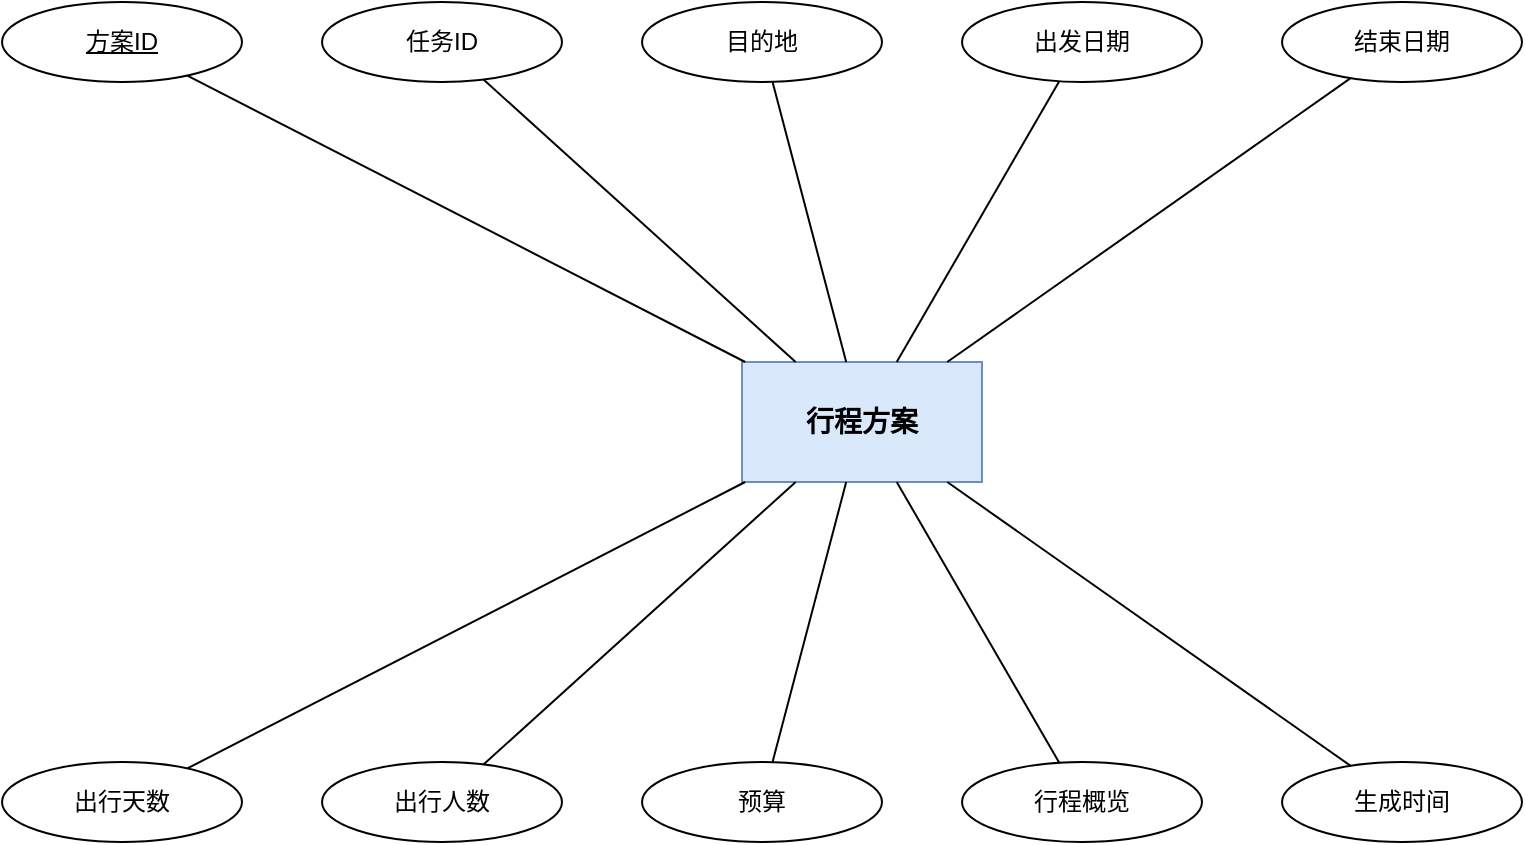
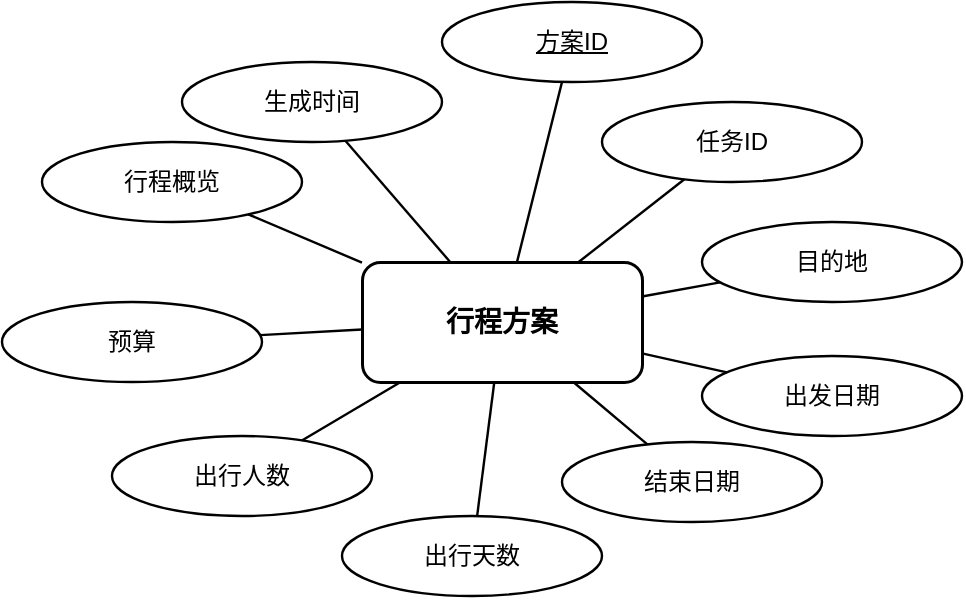
- <mxfile host="app.diagrams.net" type="device">
+ <mxfile host="Electron">
  <diagram name="行程方案实体属性图" id="entItin">
-     <mxGraphModel dx="900" dy="550" grid="1" gridSize="10" guides="1" tooltips="1" connect="1" arrows="1" fold="1" page="1" pageScale="1" pageWidth="900" pageHeight="500" math="0" shadow="0">
+     <mxGraphModel dx="934" dy="662" grid="1" gridSize="10" guides="1" tooltips="1" connect="1" arrows="1" fold="1" page="1" pageScale="1" pageWidth="1100" pageHeight="740" math="0" shadow="0">
      <root>
-         <mxCell id="0"/>
-         <mxCell id="1" parent="0"/>
-         <mxCell id="ent" value="行程方案" style="rounded=0;whiteSpace=wrap;html=1;fontSize=14;fontStyle=1;fillColor=#dae8fc;strokeColor=#6c8ebf;" vertex="1" parent="1"><mxGeometry x="390" y="220" width="120" height="60" as="geometry"/></mxCell>
-         <mxCell id="a1" value="&lt;u&gt;方案ID&lt;/u&gt;" style="ellipse;whiteSpace=wrap;html=1;fontSize=12;" vertex="1" parent="1"><mxGeometry x="20" y="40" width="120" height="40" as="geometry"/></mxCell>
-         <mxCell id="a2" value="任务ID" style="ellipse;whiteSpace=wrap;html=1;fontSize=12;" vertex="1" parent="1"><mxGeometry x="180" y="40" width="120" height="40" as="geometry"/></mxCell>
-         <mxCell id="a3" value="目的地" style="ellipse;whiteSpace=wrap;html=1;fontSize=12;" vertex="1" parent="1"><mxGeometry x="340" y="40" width="120" height="40" as="geometry"/></mxCell>
-         <mxCell id="a4" value="出发日期" style="ellipse;whiteSpace=wrap;html=1;fontSize=12;" vertex="1" parent="1"><mxGeometry x="500" y="40" width="120" height="40" as="geometry"/></mxCell>
-         <mxCell id="a5" value="结束日期" style="ellipse;whiteSpace=wrap;html=1;fontSize=12;" vertex="1" parent="1"><mxGeometry x="660" y="40" width="120" height="40" as="geometry"/></mxCell>
-         <mxCell id="a6" value="出行天数" style="ellipse;whiteSpace=wrap;html=1;fontSize=12;" vertex="1" parent="1"><mxGeometry x="20" y="420" width="120" height="40" as="geometry"/></mxCell>
-         <mxCell id="a7" value="出行人数" style="ellipse;whiteSpace=wrap;html=1;fontSize=12;" vertex="1" parent="1"><mxGeometry x="180" y="420" width="120" height="40" as="geometry"/></mxCell>
-         <mxCell id="a8" value="预算" style="ellipse;whiteSpace=wrap;html=1;fontSize=12;" vertex="1" parent="1"><mxGeometry x="340" y="420" width="120" height="40" as="geometry"/></mxCell>
-         <mxCell id="a9" value="行程概览" style="ellipse;whiteSpace=wrap;html=1;fontSize=12;" vertex="1" parent="1"><mxGeometry x="500" y="420" width="120" height="40" as="geometry"/></mxCell>
-         <mxCell id="a10" value="生成时间" style="ellipse;whiteSpace=wrap;html=1;fontSize=12;" vertex="1" parent="1"><mxGeometry x="660" y="420" width="120" height="40" as="geometry"/></mxCell>
-         <mxCell id="e1" style="endArrow=none;html=1;" edge="1" parent="1" source="ent" target="a1"><mxGeometry relative="1" as="geometry"/></mxCell>
-         <mxCell id="e2" style="endArrow=none;html=1;" edge="1" parent="1" source="ent" target="a2"><mxGeometry relative="1" as="geometry"/></mxCell>
-         <mxCell id="e3" style="endArrow=none;html=1;" edge="1" parent="1" source="ent" target="a3"><mxGeometry relative="1" as="geometry"/></mxCell>
-         <mxCell id="e4" style="endArrow=none;html=1;" edge="1" parent="1" source="ent" target="a4"><mxGeometry relative="1" as="geometry"/></mxCell>
-         <mxCell id="e5" style="endArrow=none;html=1;" edge="1" parent="1" source="ent" target="a5"><mxGeometry relative="1" as="geometry"/></mxCell>
-         <mxCell id="e6" style="endArrow=none;html=1;" edge="1" parent="1" source="ent" target="a6"><mxGeometry relative="1" as="geometry"/></mxCell>
-         <mxCell id="e7" style="endArrow=none;html=1;" edge="1" parent="1" source="ent" target="a7"><mxGeometry relative="1" as="geometry"/></mxCell>
-         <mxCell id="e8" style="endArrow=none;html=1;" edge="1" parent="1" source="ent" target="a8"><mxGeometry relative="1" as="geometry"/></mxCell>
-         <mxCell id="e9" style="endArrow=none;html=1;" edge="1" parent="1" source="ent" target="a9"><mxGeometry relative="1" as="geometry"/></mxCell>
-         <mxCell id="e10" style="endArrow=none;html=1;" edge="1" parent="1" source="ent" target="a10"><mxGeometry relative="1" as="geometry"/></mxCell>
+         <mxCell id="0" />
+         <mxCell id="1" parent="0" />
+         <mxCell id="ent" parent="1" style="rounded=1;whiteSpace=wrap;html=1;fontSize=14;fontStyle=1;strokeWidth=1.5;labelBackgroundColor=none;" value="行程方案" vertex="1">
+           <mxGeometry height="60" width="140" x="480" y="340" as="geometry" />
+         </mxCell>
+         <mxCell id="a1" parent="1" style="ellipse;whiteSpace=wrap;html=1;fontSize=12;strokeWidth=1.2;labelBackgroundColor=none;rounded=1;" value="&lt;u&gt;方案ID&lt;/u&gt;" vertex="1">
+           <mxGeometry height="40" width="130" x="520" y="210" as="geometry" />
+         </mxCell>
+         <mxCell id="a2" parent="1" style="ellipse;whiteSpace=wrap;html=1;fontSize=12;strokeWidth=1.2;labelBackgroundColor=none;rounded=1;" value="任务ID" vertex="1">
+           <mxGeometry height="40" width="130" x="600" y="260" as="geometry" />
+         </mxCell>
+         <mxCell id="a3" parent="1" style="ellipse;whiteSpace=wrap;html=1;fontSize=12;strokeWidth=1.2;labelBackgroundColor=none;rounded=1;" value="目的地" vertex="1">
+           <mxGeometry height="40" width="130" x="650" y="320" as="geometry" />
+         </mxCell>
+         <mxCell id="a4" parent="1" style="ellipse;whiteSpace=wrap;html=1;fontSize=12;strokeWidth=1.2;labelBackgroundColor=none;rounded=1;" value="出发日期" vertex="1">
+           <mxGeometry height="40" width="130" x="650" y="387" as="geometry" />
+         </mxCell>
+         <mxCell id="a5" parent="1" style="ellipse;whiteSpace=wrap;html=1;fontSize=12;strokeWidth=1.2;labelBackgroundColor=none;rounded=1;" value="结束日期" vertex="1">
+           <mxGeometry height="40" width="130" x="580" y="430" as="geometry" />
+         </mxCell>
+         <mxCell id="a6" parent="1" style="ellipse;whiteSpace=wrap;html=1;fontSize=12;strokeWidth=1.2;labelBackgroundColor=none;rounded=1;" value="出行天数" vertex="1">
+           <mxGeometry height="40" width="130" x="470" y="467" as="geometry" />
+         </mxCell>
+         <mxCell id="a7" parent="1" style="ellipse;whiteSpace=wrap;html=1;fontSize=12;strokeWidth=1.2;labelBackgroundColor=none;rounded=1;" value="出行人数" vertex="1">
+           <mxGeometry height="40" width="130" x="355" y="427" as="geometry" />
+         </mxCell>
+         <mxCell id="a8" parent="1" style="ellipse;whiteSpace=wrap;html=1;fontSize=12;strokeWidth=1.2;labelBackgroundColor=none;rounded=1;" value="预算" vertex="1">
+           <mxGeometry height="40" width="130" x="300" y="360" as="geometry" />
+         </mxCell>
+         <mxCell id="a9" parent="1" style="ellipse;whiteSpace=wrap;html=1;fontSize=12;strokeWidth=1.2;labelBackgroundColor=none;rounded=1;" value="行程概览" vertex="1">
+           <mxGeometry height="40" width="130" x="320" y="280" as="geometry" />
+         </mxCell>
+         <mxCell id="a10" parent="1" style="ellipse;whiteSpace=wrap;html=1;fontSize=12;strokeWidth=1.2;labelBackgroundColor=none;rounded=1;" value="生成时间" vertex="1">
+           <mxGeometry height="40" width="130" x="390" y="240" as="geometry" />
+         </mxCell>
+         <mxCell id="e1" edge="1" parent="1" source="ent" style="endArrow=none;html=1;strokeWidth=1.2;labelBackgroundColor=none;fontColor=default;" target="a1">
+           <mxGeometry relative="1" as="geometry" />
+         </mxCell>
+         <mxCell id="e2" edge="1" parent="1" source="ent" style="endArrow=none;html=1;strokeWidth=1.2;labelBackgroundColor=none;fontColor=default;" target="a2">
+           <mxGeometry relative="1" as="geometry" />
+         </mxCell>
+         <mxCell id="e3" edge="1" parent="1" source="ent" style="endArrow=none;html=1;strokeWidth=1.2;labelBackgroundColor=none;fontColor=default;" target="a3">
+           <mxGeometry relative="1" as="geometry" />
+         </mxCell>
+         <mxCell id="e4" edge="1" parent="1" source="ent" style="endArrow=none;html=1;strokeWidth=1.2;labelBackgroundColor=none;fontColor=default;" target="a4">
+           <mxGeometry relative="1" as="geometry" />
+         </mxCell>
+         <mxCell id="e5" edge="1" parent="1" source="ent" style="endArrow=none;html=1;strokeWidth=1.2;labelBackgroundColor=none;fontColor=default;" target="a5">
+           <mxGeometry relative="1" as="geometry" />
+         </mxCell>
+         <mxCell id="e6" edge="1" parent="1" source="ent" style="endArrow=none;html=1;strokeWidth=1.2;labelBackgroundColor=none;fontColor=default;" target="a6">
+           <mxGeometry relative="1" as="geometry" />
+         </mxCell>
+         <mxCell id="e7" edge="1" parent="1" source="ent" style="endArrow=none;html=1;strokeWidth=1.2;labelBackgroundColor=none;fontColor=default;" target="a7">
+           <mxGeometry relative="1" as="geometry" />
+         </mxCell>
+         <mxCell id="e8" edge="1" parent="1" source="ent" style="endArrow=none;html=1;strokeWidth=1.2;labelBackgroundColor=none;fontColor=default;" target="a8">
+           <mxGeometry relative="1" as="geometry" />
+         </mxCell>
+         <mxCell id="e9" edge="1" parent="1" source="ent" style="endArrow=none;html=1;strokeWidth=1.2;labelBackgroundColor=none;fontColor=default;" target="a9">
+           <mxGeometry relative="1" as="geometry" />
+         </mxCell>
+         <mxCell id="e10" edge="1" parent="1" source="ent" style="endArrow=none;html=1;strokeWidth=1.2;labelBackgroundColor=none;fontColor=default;" target="a10">
+           <mxGeometry relative="1" as="geometry" />
+         </mxCell>
      </root>
    </mxGraphModel>
  </diagram>
</mxfile>
